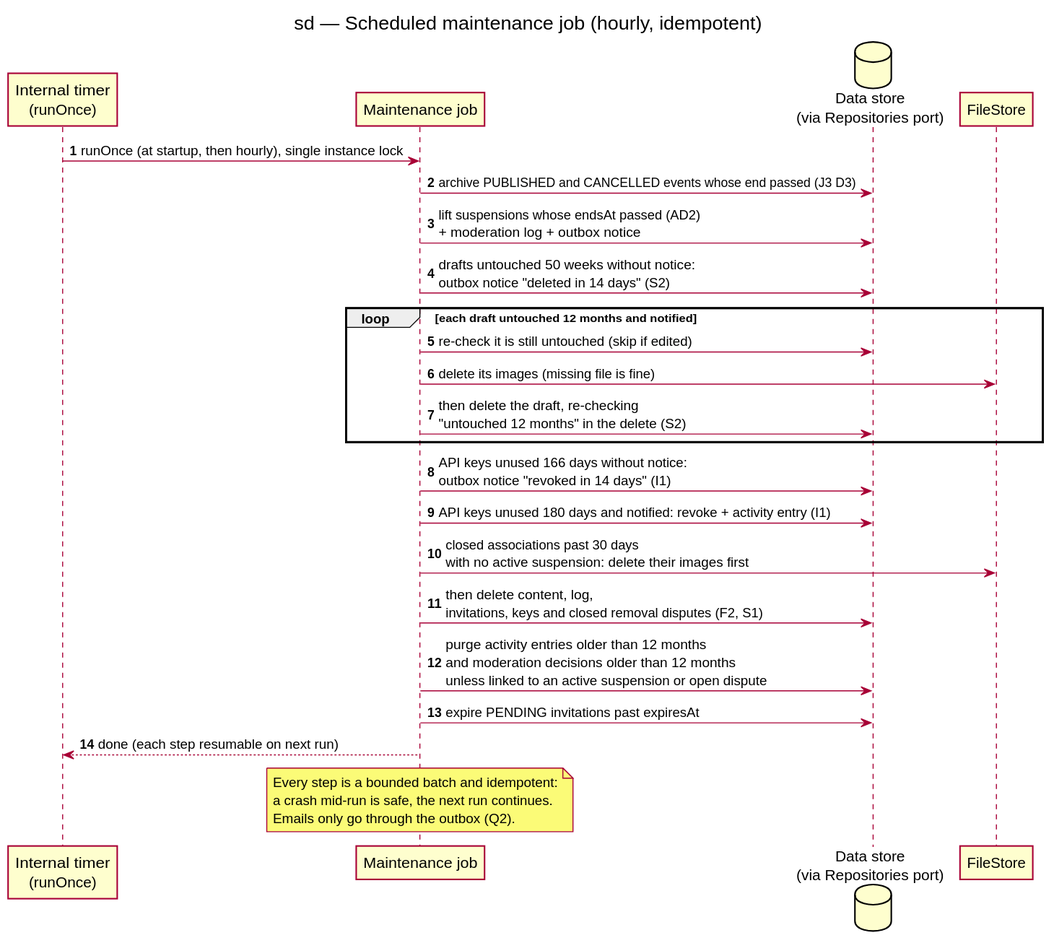
benoit-bremaud/HappiHub keeps this PlantUML diagram as docs/architecture/diagrams/v1-events/02d-sequence-scheduled-job.svg. Above is the earlier version.
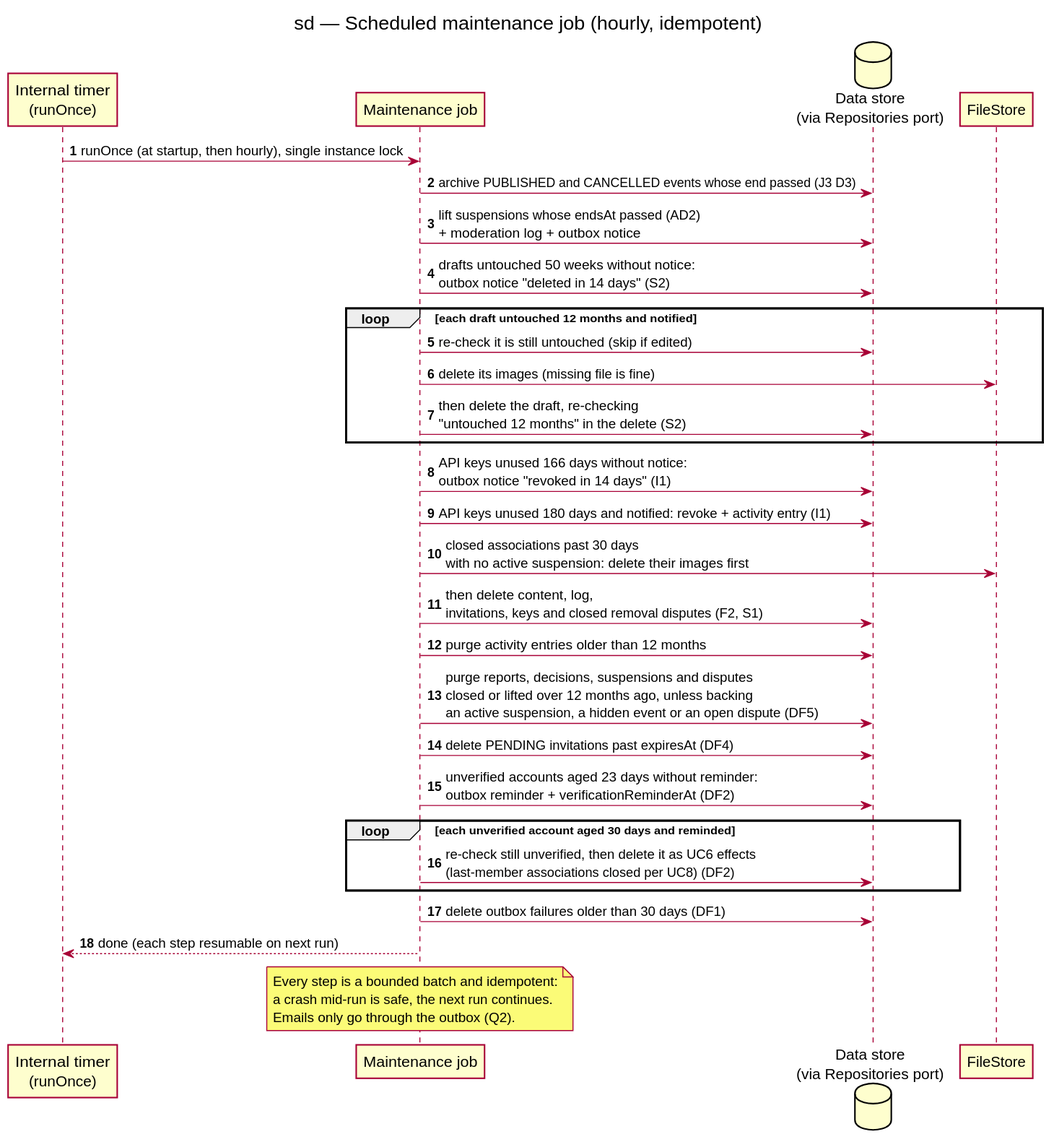
The same diagram one commit later.

Change to the diagram source:
```diff
@@ -20,8 +20,14 @@
 J -> D : API keys unused 180 days and notified: revoke + activity entry (I1)
 J -> F : closed associations past 30 days\nwith no active suspension: delete their images first
 J -> D : then delete content, log,\ninvitations, keys and closed removal disputes (F2, S1)
-J -> D : purge activity entries older than 12 months\nand moderation decisions older than 12 months\nunless linked to an active suspension or open dispute
-J -> D : expire PENDING invitations past expiresAt
+J -> D : purge activity entries older than 12 months
+J -> D : purge reports, decisions, suspensions and disputes\nclosed or lifted over 12 months ago, unless backing\nan active suspension, a hidden event or an open dispute (DF5)
+J -> D : delete PENDING invitations past expiresAt (DF4)
+J -> D : unverified accounts aged 23 days without reminder:\noutbox reminder + verificationReminderAt (DF2)
+loop each unverified account aged 30 days and reminded
+  J -> D : re-check still unverified, then delete it as UC6 effects\n(last-member associations closed per UC8) (DF2)
+end
+J -> D : delete outbox failures older than 30 days (DF1)
 J --> S : done (each step resumable on next run)
 note over J
   Every step is a bounded batch and idempotent:
```
